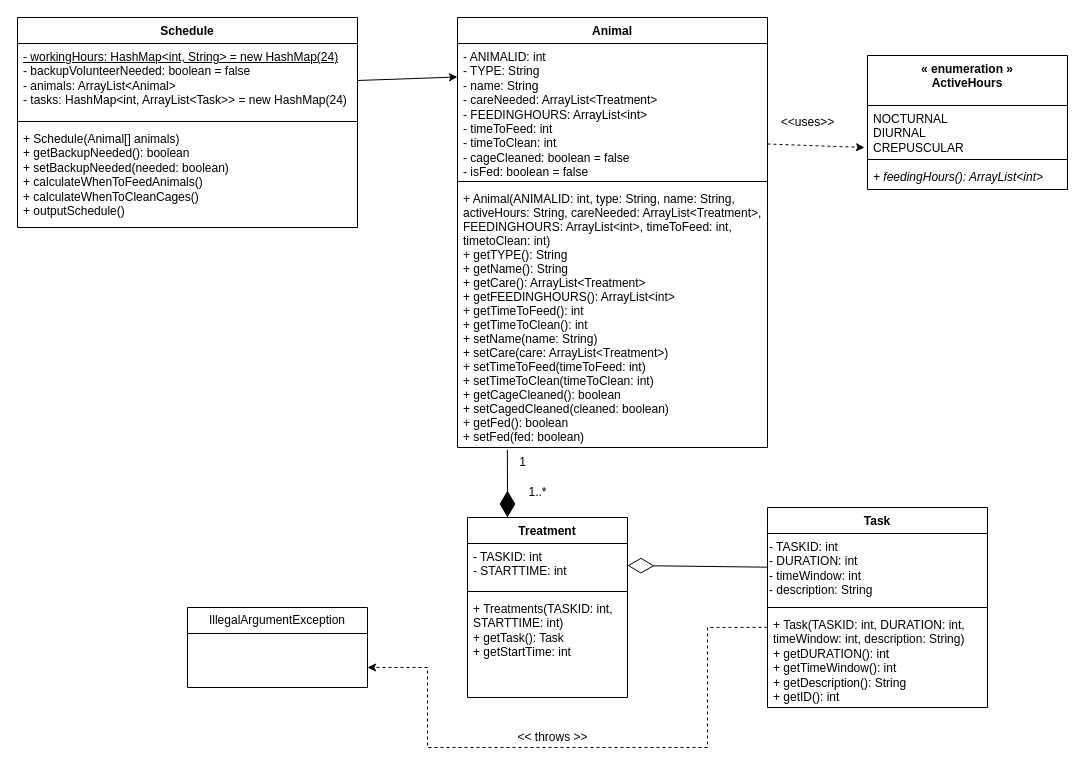
Earlier version of the draw.io diagram 64.drawio (aryan-karadia/Mock-Schedule-Builder). Source tidied: cells renumbered, new cells numbered last; positions are measured from the earlier drawing's top-left corner, leaving out a move shared by most shapes. Both pictures are drawn from the tidied source at 100%, with x=0, y=0 at pixel (17, 17).
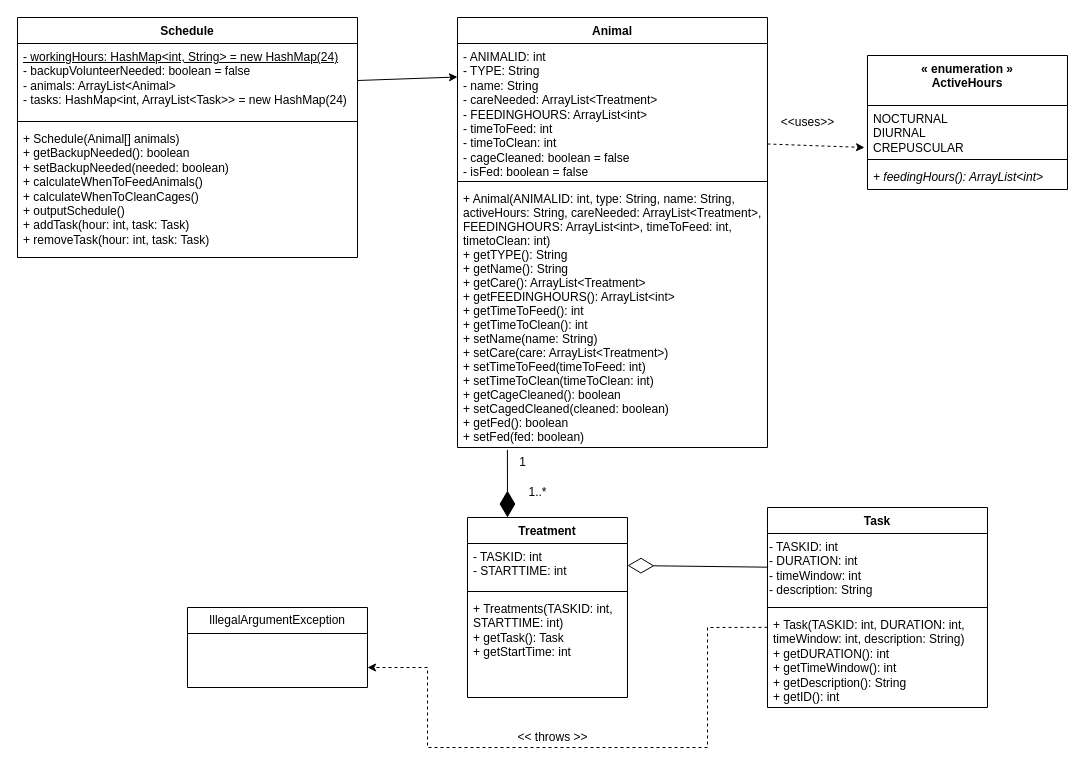
The same page after the edit.

Commit message:
Schedule class: Add methods to add and remove tasks from the schedule

What changed in the source:
```diff
@@
     <mxCell id="24" value="Schedule" style="swimlane;fontStyle=1;align=center;verticalAlign=top;horizontal=1;startSize=26;whiteSpace=wrap;html=1;" parent="1" vertex="1">
-      <mxGeometry width="340" height="210" as="geometry" />
+      <mxGeometry width="340" height="240" as="geometry" />
     </mxCell>
@@
-    <mxCell id="27" value="+ Schedule(Animal[] animals)&lt;br&gt;+ getBackupNeeded(): boolean&lt;br&gt;+ setBackupNeeded(needed: boolean)&lt;br&gt;+ calculateWhenToFeedAnimals()&lt;br&gt;+ calculateWhenToCleanCages()&lt;br&gt;+ outputSchedule()&lt;br&gt;" style="text;strokeColor=none;fillColor=none;align=left;verticalAlign=top;spacingLeft=4;spacingRight=4;overflow=hidden;whiteSpace=wrap;html=1;" parent="24" vertex="1">
-      <mxGeometry y="108" width="340" height="102" as="geometry" />
+    <mxCell id="27" value="+ Schedule(Animal[] animals)&lt;br&gt;+ getBackupNeeded(): boolean&lt;br&gt;+ setBackupNeeded(needed: boolean)&lt;br&gt;+ calculateWhenToFeedAnimals()&lt;br&gt;+ calculateWhenToCleanCages()&lt;br&gt;+ outputSchedule()&lt;br&gt;+ addTask(hour: int, task: Task)&lt;br&gt;+ removeTask(hour: int, task: Task)&lt;br&gt;" style="text;strokeColor=none;fillColor=none;align=left;verticalAlign=top;spacingLeft=4;spacingRight=4;overflow=hidden;whiteSpace=wrap;html=1;" parent="24" vertex="1">
+      <mxGeometry y="108" width="340" height="132" as="geometry" />
     </mxCell>
```
